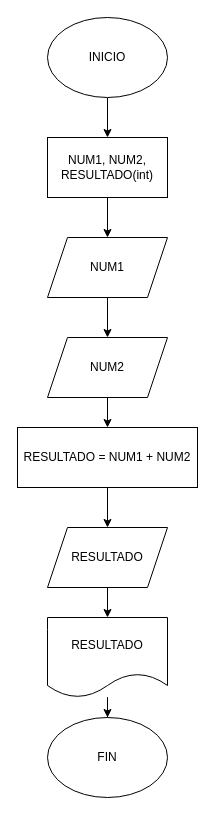
CrlsAvi/Pensamiento_computacional keeps this draw.io diagram as proyecto_final1/archivo a subir.drawio. Above is the earlier version. Source tidied: cells renumbered, new cells numbered last; positions are measured from the earlier drawing's top-left corner, leaving out a move shared by most shapes. Both pictures are drawn from the tidied source at 100%, with x=0, y=0 at pixel (17, 17).
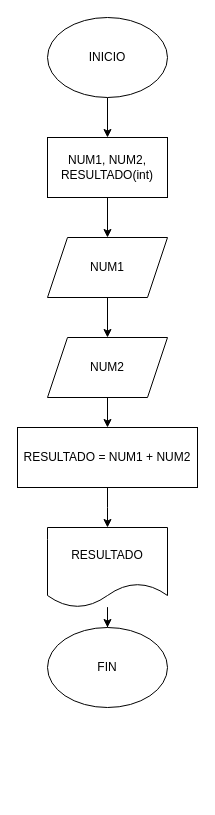
The same page after the edit.

What changed in the source:
```diff
@@
 <mxGraphModel>
   <root>
     <mxCell id="0" />
     <mxCell id="1" parent="0" />
     <mxCell id="2" style="edgeStyle=orthogonalEdgeStyle;rounded=0;jettySize=auto;html=1;" parent="1" edge="1" source="3" target="5">
       <mxGeometry relative="1" as="geometry" />
     </mxCell>
     <mxCell id="3" value="INICIO" style="ellipse;whiteSpace=wrap;html=1;" parent="1" vertex="1">
       <mxGeometry x="30" width="120" height="80" as="geometry" />
     </mxCell>
     <mxCell id="4" style="edgeStyle=orthogonalEdgeStyle;rounded=0;jettySize=auto;html=1;" parent="1" edge="1" source="5" target="7">
       <mxGeometry relative="1" as="geometry" />
     </mxCell>
     <mxCell id="5" value="NUM1, NUM2, RESULTADO(int)" style="rounded=0;whiteSpace=wrap;html=1;" parent="1" vertex="1">
       <mxGeometry x="30" y="120" width="120" height="60" as="geometry" />
     </mxCell>
     <mxCell id="6" style="edgeStyle=orthogonalEdgeStyle;rounded=0;jettySize=auto;html=1;" parent="1" edge="1" source="7" target="9">
       <mxGeometry relative="1" as="geometry" />
     </mxCell>
     <mxCell id="7" value="NUM1" style="shape=parallelogram;perimeter=parallelogramPerimeter;whiteSpace=wrap;html=1;fixedSize=1;" parent="1" vertex="1">
       <mxGeometry x="30" y="220" width="120" height="60" as="geometry" />
     </mxCell>
     <mxCell id="8" style="edgeStyle=orthogonalEdgeStyle;rounded=0;jettySize=auto;html=1;" parent="1" edge="1" source="9" target="11">
       <mxGeometry relative="1" as="geometry" />
     </mxCell>
     <mxCell id="9" value="NUM2" style="shape=parallelogram;perimeter=parallelogramPerimeter;whiteSpace=wrap;html=1;fixedSize=1;" parent="1" vertex="1">
       <mxGeometry x="30" y="320" width="120" height="60" as="geometry" />
     </mxCell>
-    <mxCell id="10" style="edgeStyle=orthogonalEdgeStyle;rounded=0;jettySize=auto;html=1;" parent="1" edge="1" source="11" target="16">
-      <mxGeometry relative="1" as="geometry" />
+    <mxCell id="10" style="edgeStyle=orthogonalEdgeStyle;rounded=0;jettySize=auto;html=1;" parent="1" edge="1" source="11">
+      <mxGeometry relative="1" as="geometry">
+        <mxPoint x="90" y="510" as="targetPoint" />
+      </mxGeometry>
     </mxCell>
     <mxCell id="11" value="RESULTADO = NUM1 + NUM2" style="rounded=0;whiteSpace=wrap;html=1;" parent="1" vertex="1">
       <mxGeometry y="410" width="180" height="60" as="geometry" />
     </mxCell>
     <mxCell id="12" style="edgeStyle=orthogonalEdgeStyle;rounded=0;jettySize=auto;html=1;" parent="1" edge="1" source="13" target="14">
       <mxGeometry relative="1" as="geometry" />
     </mxCell>
     <mxCell id="13" value="RESULTADO" style="shape=document;whiteSpace=wrap;html=1;boundedLbl=1;" parent="1" vertex="1">
-      <mxGeometry x="30" y="600" width="120" height="80" as="geometry" />
+      <mxGeometry x="30" y="510" width="120" height="80" as="geometry" />
     </mxCell>
     <mxCell id="14" value="FIN" style="ellipse;whiteSpace=wrap;html=1;" parent="1" vertex="1">
-      <mxGeometry x="30" y="700" width="120" height="80" as="geometry" />
+      <mxGeometry x="30" y="610" width="120" height="80" as="geometry" />
     </mxCell>
-    <mxCell id="15" style="edgeStyle=orthogonalEdgeStyle;rounded=0;jettySize=auto;html=1;" parent="1" edge="1" source="16" target="13">
-      <mxGeometry relative="1" as="geometry" />
-    </mxCell>
-    <mxCell id="16" value="RESULTADO" style="shape=parallelogram;perimeter=parallelogramPerimeter;whiteSpace=wrap;html=1;fixedSize=1;" parent="1" vertex="1">
-      <mxGeometry x="30" y="510" width="120" height="60" as="geometry" />
-    </mxCell>
   </root>
 </mxGraphModel>
```
